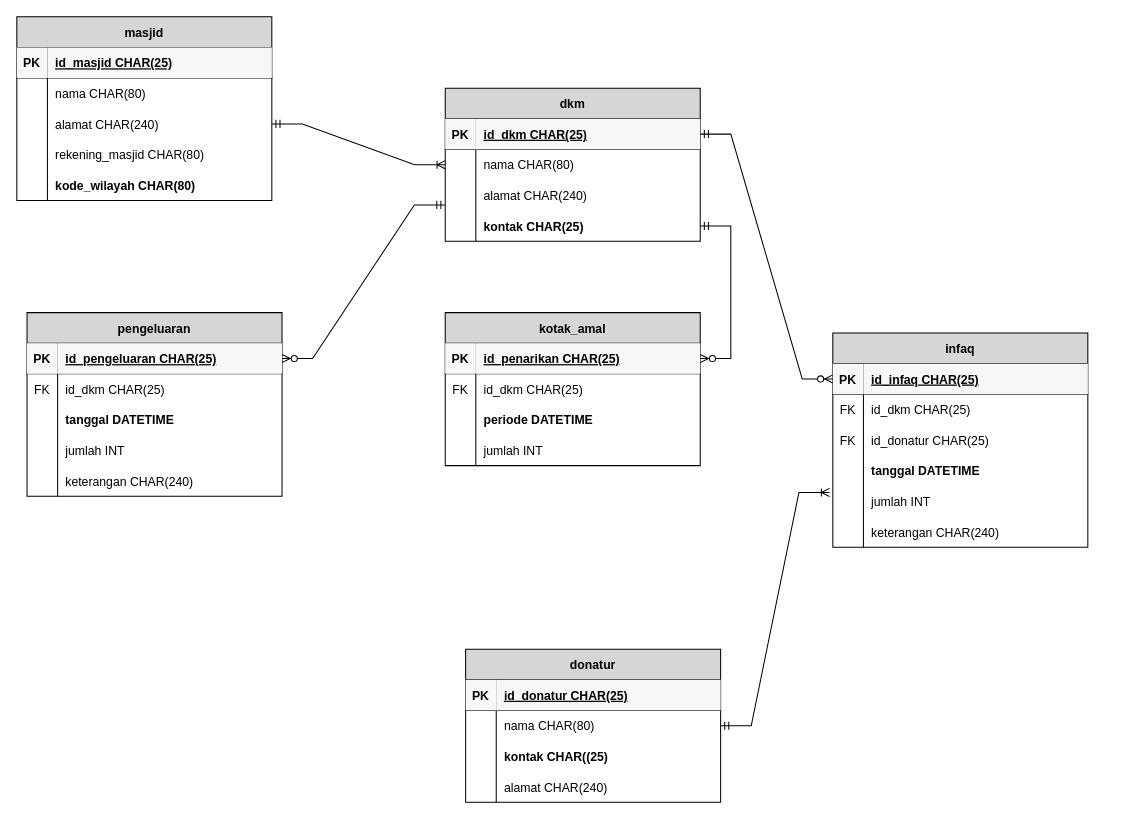
The draw.io diagram pertemuan3/ERD.drawio in rifkymaulana6/IF214002, before the edit. Source tidied: cells renumbered, new cells numbered last; positions are measured from the earlier drawing's top-left corner, leaving out a move shared by most shapes. Both pictures are drawn from the tidied source at 102%, with x=0, y=0 at pixel (16, 16).
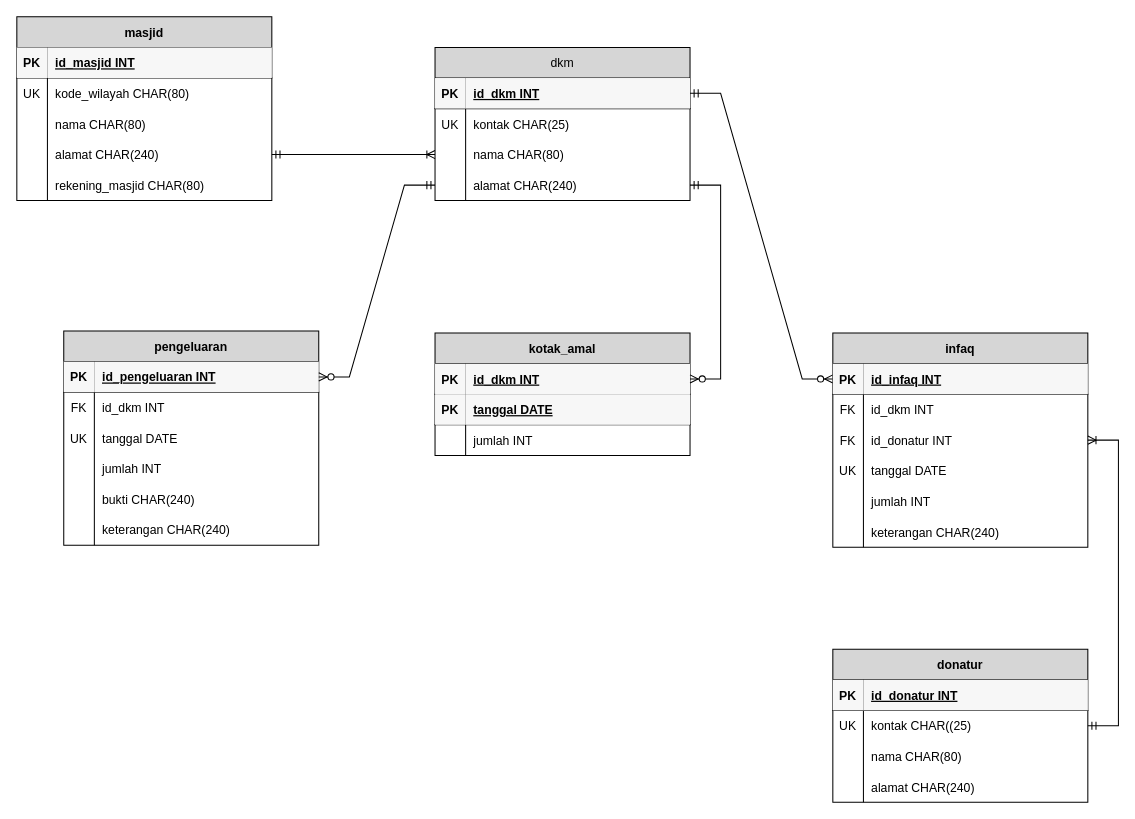
The same diagram, later.

The change refers to these unchanged cells:
```xml
<mxCell id="2" value="masjid" style="shape=table;startSize=30;childLayout=tableLayout;rowLines=0;fontStyle=1;align=center;fillColor=#D6D6D6;" parent="1" vertex="1">
  <mxGeometry width="250" height="180" as="geometry" />
</mxCell>
<mxCell id="3" style="shape=partialRectangle;fillColor=none;top=0;left=0;right=0;bottom=1;" parent="2" vertex="1">
  <mxGeometry y="30" width="250" height="30" as="geometry" />
</mxCell>
<mxCell id="19" style="shape=partialRectangle;fillColor=none;points=[[0,0.5],[1,0.5]];portConstraint=eastwest;top=0;left=0;right=0;bottom=1;" parent="18" vertex="1">
  <mxGeometry y="30" width="250" height="30" as="geometry" />
</mxCell>
<mxCell id="33" style="shape=partialRectangle;fillColor=none;points=[[0,0.5],[1,0.5]];portConstraint=eastwest;top=0;left=0;right=0;bottom=1;" parent="32" vertex="1">
  <mxGeometry y="30" width="250" height="30" as="geometry" />
</mxCell>
<mxCell id="47" style="shape=partialRectangle;fillColor=none;points=[[0,0.5],[1,0.5]];portConstraint=eastwest;top=0;left=0;right=0;bottom=1;" parent="46" vertex="1">
  <mxGeometry y="30" width="250" height="30" as="geometry" />
</mxCell>
<mxCell id="50" style="shape=tableRow;horizontal=0;startSize=0;swimlaneHead=0;swimlaneBody=0;fillColor=none;top=0;left=0;right=0;bottom=0;" parent="46" vertex="1">
  <mxGeometry y="60" width="250" height="30" as="geometry" />
</mxCell>
<mxCell id="53" style="shape=tableRow;horizontal=0;startSize=0;swimlaneHead=0;swimlaneBody=0;fillColor=none;points=[[0,0.5],[1,0.5]];portConstraint=eastwest;top=0;left=0;right=0;bottom=0;" parent="46" vertex="1">
  <mxGeometry y="90" width="250" height="30" as="geometry" />
</mxCell>
<mxCell id="56" style="shape=partialRectangle;fillColor=none;points=[[0,0.5],[1,0.5]];portConstraint=eastwest;top=0;left=0;right=0;bottom=0;" parent="46" vertex="1">
  <mxGeometry y="120" width="250" height="30" as="geometry" />
</mxCell>
<mxCell id="67" style="shape=partialRectangle;fillColor=none;top=0;left=0;right=0;bottom=1;" parent="66" vertex="1">
  <mxGeometry y="30" width="250" height="30" as="geometry" />
</mxCell>
<mxCell id="81" style="shape=partialRectangle;fillColor=none;points=[[0,0.5],[1,0.5]];portConstraint=eastwest;top=0;left=0;right=0;bottom=1;" parent="80" vertex="1">
  <mxGeometry y="30" width="250" height="30" as="geometry" />
</mxCell>
<mxCell id="84" style="shape=tableRow;horizontal=0;startSize=0;swimlaneHead=0;swimlaneBody=0;fillColor=none;top=0;left=0;right=0;bottom=0;" parent="80" vertex="1">
  <mxGeometry y="60" width="250" height="30" as="geometry" />
</mxCell>
<mxCell id="87" style="shape=partialRectangle;fillColor=none;top=0;left=0;right=0;bottom=0;" parent="80" vertex="1">
  <mxGeometry y="90" width="250" height="30" as="geometry" />
</mxCell>
```

Diff of the diagram source:
```diff
@@
-    <mxCell id="5" value="id_masjid CHAR(25)" style="shape=partialRectangle;overflow=hidden;fillColor=#F7F7F7;top=0;left=0;bottom=0;right=0;align=left;spacingLeft=6;fontStyle=5;strokeColor=#EDEDED;" parent="3" vertex="1">
+    <mxCell id="5" value="id_masjid INT" style="shape=partialRectangle;overflow=hidden;fillColor=#F7F7F7;top=0;left=0;bottom=0;right=0;align=left;spacingLeft=6;fontStyle=5;strokeColor=#EDEDED;" parent="3" vertex="1">
       <mxGeometry x="30" width="220" height="30" as="geometry" />
     </mxCell>
+    <mxCell id="15" style="shape=partialRectangle;fillColor=none;top=0;left=0;right=0;bottom=0;" parent="2" vertex="1">
+      <mxGeometry y="60" width="250" height="30" as="geometry" />
+    </mxCell>
+    <mxCell id="16" value="UK" style="shape=partialRectangle;overflow=hidden;fillColor=none;top=0;left=0;bottom=0;right=0;" parent="15" vertex="1">
+      <mxGeometry width="30" height="30" as="geometry" />
+    </mxCell>
+    <mxCell id="17" value="kode_wilayah CHAR(80)" style="shape=partialRectangle;overflow=hidden;fillColor=none;top=0;left=0;bottom=0;right=0;align=left;spacingLeft=6;fontStyle=0;" parent="15" vertex="1">
+      <mxGeometry x="30" width="220" height="30" as="geometry" />
+    </mxCell>
     <mxCell id="6" style="shape=partialRectangle;fillColor=none;top=0;left=0;right=0;bottom=0;" parent="2" vertex="1">
-      <mxGeometry y="60" width="250" height="30" as="geometry" />
+      <mxGeometry y="90" width="250" height="30" as="geometry" />
     </mxCell>
@@
     <mxCell id="9" style="shape=partialRectangle;fillColor=none;points=[[0,0.5],[1,0.5]];portConstraint=eastwest;top=0;left=0;right=0;bottom=0;" parent="2" vertex="1">
-      <mxGeometry y="90" width="250" height="30" as="geometry" />
+      <mxGeometry y="120" width="250" height="30" as="geometry" />
     </mxCell>
@@
     <mxCell id="12" style="shape=partialRectangle;fillColor=none;top=0;left=0;right=0;bottom=0;" parent="2" vertex="1">
-      <mxGeometry y="120" width="250" height="30" as="geometry" />
+      <mxGeometry y="150" width="250" height="30" as="geometry" />
     </mxCell>
@@
-    <mxCell id="15" style="shape=partialRectangle;fillColor=none;top=0;left=0;right=0;bottom=0;" parent="2" vertex="1">
-      <mxGeometry y="150" width="250" height="30" as="geometry" />
-    </mxCell>
-    <mxCell id="16" style="shape=partialRectangle;overflow=hidden;fillColor=none;top=0;left=0;bottom=0;right=0;" parent="15" vertex="1">
-      <mxGeometry width="30" height="30" as="geometry" />
-    </mxCell>
-    <mxCell id="17" value="kode_wilayah CHAR(80)" style="shape=partialRectangle;overflow=hidden;fillColor=none;top=0;left=0;bottom=0;right=0;align=left;spacingLeft=6;fontStyle=1;" parent="15" vertex="1">
-      <mxGeometry x="30" width="220" height="30" as="geometry" />
-    </mxCell>
-    <mxCell id="18" value="dkm" style="shape=table;startSize=30;childLayout=tableLayout;rowLines=0;fontStyle=1;align=center;fillColor=#D6D6D6;" parent="1" vertex="1">
-      <mxGeometry x="420" y="70" width="250" height="150" as="geometry" />
+    <mxCell id="18" value="dkm" style="shape=table;startSize=30;childLayout=tableLayout;rowLines=0;fontStyle=0;align=center;fillColor=#D6D6D6;" parent="1" vertex="1">
+      <mxGeometry x="410" y="30" width="250" height="150" as="geometry" />
     </mxCell>
@@
-    <mxCell id="21" value="id_dkm CHAR(25)" style="shape=partialRectangle;overflow=hidden;fillColor=#F7F7F7;top=0;left=0;bottom=0;right=0;align=left;spacingLeft=6;fontStyle=5;strokeColor=#EDEDED;" parent="19" vertex="1">
+    <mxCell id="21" value="id_dkm INT" style="shape=partialRectangle;overflow=hidden;fillColor=#F7F7F7;top=0;left=0;bottom=0;right=0;align=left;spacingLeft=6;fontStyle=5;strokeColor=#EDEDED;" parent="19" vertex="1">
       <mxGeometry x="30" width="220" height="30" as="geometry" />
     </mxCell>
+    <mxCell id="28" style="shape=partialRectangle;fillColor=none;points=[[0,0.5],[1,0.5]];portConstraint=eastwest;top=0;left=0;right=0;bottom=0;" parent="18" vertex="1">
+      <mxGeometry y="60" width="250" height="30" as="geometry" />
+    </mxCell>
+    <mxCell id="29" value="UK" style="shape=partialRectangle;overflow=hidden;fillColor=none;top=0;left=0;bottom=0;right=0;" parent="28" vertex="1">
+      <mxGeometry width="30" height="30" as="geometry" />
+    </mxCell>
+    <mxCell id="30" value="kontak CHAR(25)" style="shape=partialRectangle;overflow=hidden;fillColor=none;top=0;left=0;bottom=0;right=0;align=left;spacingLeft=6;fontStyle=0;" parent="28" vertex="1">
+      <mxGeometry x="30" width="220" height="30" as="geometry" />
+    </mxCell>
     <mxCell id="22" style="shape=partialRectangle;fillColor=none;points=[[0,0.5],[1,0.5]];portConstraint=eastwest;top=0;left=0;right=0;bottom=0;" parent="18" vertex="1">
-      <mxGeometry y="60" width="250" height="30" as="geometry" />
+      <mxGeometry y="90" width="250" height="30" as="geometry" />
     </mxCell>
@@
     <mxCell id="25" style="shape=partialRectangle;fillColor=none;points=[[0,0.5],[1,0.5]];portConstraint=eastwest;top=0;left=0;right=0;bottom=0;" parent="18" vertex="1">
-      <mxGeometry y="90" width="250" height="30" as="geometry" />
+      <mxGeometry y="120" width="250" height="30" as="geometry" />
     </mxCell>
@@
-    <mxCell id="28" style="shape=partialRectangle;fillColor=none;points=[[0,0.5],[1,0.5]];portConstraint=eastwest;top=0;left=0;right=0;bottom=0;" parent="18" vertex="1">
-      <mxGeometry y="120" width="250" height="30" as="geometry" />
-    </mxCell>
-    <mxCell id="29" style="shape=partialRectangle;overflow=hidden;fillColor=none;top=0;left=0;bottom=0;right=0;" parent="28" vertex="1">
-      <mxGeometry width="30" height="30" as="geometry" />
-    </mxCell>
-    <mxCell id="30" value="kontak CHAR(25)" style="shape=partialRectangle;overflow=hidden;fillColor=none;top=0;left=0;bottom=0;right=0;align=left;spacingLeft=6;fontStyle=1;" parent="28" vertex="1">
-      <mxGeometry x="30" width="220" height="30" as="geometry" />
-    </mxCell>
@@
     <mxCell id="32" value="kotak_amal" style="shape=table;startSize=30;childLayout=tableLayout;rowLines=0;fontStyle=1;align=center;fillColor=#D6D6D6;" parent="1" vertex="1">
-      <mxGeometry x="420" y="290" width="250" height="150" as="geometry" />
+      <mxGeometry x="410" y="310" width="250" height="120" as="geometry" />
     </mxCell>
@@
-    <mxCell id="35" value="id_penarikan CHAR(25)" style="shape=partialRectangle;overflow=hidden;fillColor=#F7F7F7;top=0;left=0;bottom=0;right=0;align=left;spacingLeft=6;fontStyle=5;strokeColor=#EDEDED;" parent="33" vertex="1">
+    <mxCell id="35" value="id_dkm INT" style="shape=partialRectangle;overflow=hidden;fillColor=#F7F7F7;top=0;left=0;bottom=0;right=0;align=left;spacingLeft=6;fontStyle=5;strokeColor=#EDEDED;" parent="33" vertex="1">
       <mxGeometry x="30" width="220" height="30" as="geometry" />
     </mxCell>
-    <mxCell id="36" style="shape=tableRow;horizontal=0;startSize=0;swimlaneHead=0;swimlaneBody=0;fillColor=none;top=0;left=0;right=0;bottom=0;" parent="32" vertex="1">
-      <mxGeometry y="60" width="250" height="30" as="geometry" />
-    </mxCell>
-    <mxCell id="37" value="FK" style="shape=partialRectangle;fillColor=none;top=0;left=0;bottom=0;right=0;fontStyle=0;overflow=hidden;" parent="36" vertex="1">
-      <mxGeometry width="30" height="30" as="geometry" />
-    </mxCell>
-    <mxCell id="38" value="id_dkm CHAR(25)" style="shape=partialRectangle;fillColor=none;top=0;left=0;bottom=0;right=0;align=left;spacingLeft=6;fontStyle=0;overflow=hidden;" parent="36" vertex="1">
-      <mxGeometry x="30" width="220" height="30" as="geometry" />
-    </mxCell>
-    <mxCell id="39" style="shape=partialRectangle;fillColor=none;top=0;left=0;right=0;bottom=0;" parent="32" vertex="1">
-      <mxGeometry y="90" width="250" height="30" as="geometry" />
-    </mxCell>
-    <mxCell id="40" style="shape=partialRectangle;overflow=hidden;fillColor=none;top=0;left=0;bottom=0;right=0;" parent="39" vertex="1">
-      <mxGeometry width="30" height="30" as="geometry" />
-    </mxCell>
-    <mxCell id="41" value="periode DATETIME" style="shape=partialRectangle;overflow=hidden;fillColor=none;top=0;left=0;bottom=0;right=0;align=left;spacingLeft=6;fontStyle=1;" parent="39" vertex="1">
-      <mxGeometry x="30" width="220" height="30" as="geometry" />
-    </mxCell>
+    <mxCell id="97" style="shape=partialRectangle;fillColor=none;top=0;left=0;right=0;bottom=1;" parent="32" vertex="1">
+      <mxGeometry y="60" width="250" height="30" as="geometry" />
+    </mxCell>
+    <mxCell id="98" value="PK" style="shape=partialRectangle;overflow=hidden;fillColor=#F7F7F7;top=0;left=0;bottom=0;right=0;fontStyle=1;strokeColor=#EDEDED;" parent="97" vertex="1">
+      <mxGeometry width="30" height="30" as="geometry" />
+    </mxCell>
+    <mxCell id="99" value="tanggal DATE" style="shape=partialRectangle;overflow=hidden;fillColor=#F7F7F7;top=0;left=0;bottom=0;right=0;align=left;spacingLeft=6;fontStyle=5;strokeColor=#EDEDED;" parent="97" vertex="1">
+      <mxGeometry x="30" width="220" height="30" as="geometry" />
+    </mxCell>
     <mxCell id="42" style="shape=partialRectangle;fillColor=none;top=0;left=0;right=0;bottom=0;" parent="32" vertex="1">
-      <mxGeometry y="120" width="250" height="30" as="geometry" />
+      <mxGeometry y="90" width="250" height="30" as="geometry" />
     </mxCell>
@@
-    <mxCell id="49" value="id_infaq CHAR(25)" style="shape=partialRectangle;overflow=hidden;fillColor=#F7F7F7;top=0;left=0;bottom=0;right=0;align=left;spacingLeft=6;fontStyle=5;strokeColor=#EDEDED;" parent="47" vertex="1">
+    <mxCell id="49" value="id_infaq INT" style="shape=partialRectangle;overflow=hidden;fillColor=#F7F7F7;top=0;left=0;bottom=0;right=0;align=left;spacingLeft=6;fontStyle=5;strokeColor=#EDEDED;" parent="47" vertex="1">
       <mxGeometry x="30" width="220" height="30" as="geometry" />
     </mxCell>
@@
-    <mxCell id="52" value="id_dkm CHAR(25)" style="shape=partialRectangle;fillColor=none;top=0;left=0;bottom=0;right=0;align=left;spacingLeft=6;fontStyle=0;overflow=hidden;" parent="50" vertex="1">
+    <mxCell id="52" value="id_dkm INT" style="shape=partialRectangle;fillColor=none;top=0;left=0;bottom=0;right=0;align=left;spacingLeft=6;fontStyle=0;overflow=hidden;" parent="50" vertex="1">
       <mxGeometry x="30" width="220" height="30" as="geometry" />
     </mxCell>
@@
-    <mxCell id="55" value="id_donatur CHAR(25)" style="shape=partialRectangle;fillColor=none;top=0;left=0;bottom=0;right=0;align=left;spacingLeft=6;fontStyle=0;overflow=hidden;" parent="53" vertex="1">
+    <mxCell id="55" value="id_donatur INT" style="shape=partialRectangle;fillColor=none;top=0;left=0;bottom=0;right=0;align=left;spacingLeft=6;fontStyle=0;overflow=hidden;" parent="53" vertex="1">
       <mxGeometry x="30" width="220" height="30" as="geometry" />
     </mxCell>
@@
-    <mxCell id="57" style="shape=partialRectangle;overflow=hidden;fillColor=none;top=0;left=0;bottom=0;right=0;" parent="56" vertex="1">
+    <mxCell id="57" value="UK" style="shape=partialRectangle;overflow=hidden;fillColor=none;top=0;left=0;bottom=0;right=0;" parent="56" vertex="1">
       <mxGeometry width="30" height="30" as="geometry" />
     </mxCell>
-    <mxCell id="58" value="tanggal DATETIME" style="shape=partialRectangle;overflow=hidden;fillColor=none;top=0;left=0;bottom=0;right=0;align=left;spacingLeft=6;fontStyle=1;" parent="56" vertex="1">
+    <mxCell id="58" value="tanggal DATE" style="shape=partialRectangle;overflow=hidden;fillColor=none;top=0;left=0;bottom=0;right=0;align=left;spacingLeft=6;fontStyle=0;" parent="56" vertex="1">
       <mxGeometry x="30" width="220" height="30" as="geometry" />
     </mxCell>
@@
-    <mxCell id="65" style="edgeStyle=entityRelationEdgeStyle;fontSize=12;html=1;endArrow=ERzeroToMany;startArrow=ERmandOne;rounded=0;entryX=1;entryY=0.5;entryDx=0;entryDy=0;exitX=1;exitY=0.5;exitDx=0;exitDy=0;" parent="1" edge="1" source="28" target="33">
+    <mxCell id="65" style="edgeStyle=entityRelationEdgeStyle;fontSize=12;html=1;endArrow=ERzeroToMany;startArrow=ERmandOne;rounded=0;entryX=1;entryY=0.5;entryDx=0;entryDy=0;exitX=1;exitY=0.5;exitDx=0;exitDy=0;" parent="1" edge="1" source="25" target="33">
       <mxGeometry relative="1" as="geometry" />
     </mxCell>
     <mxCell id="66" value="donatur" style="shape=table;startSize=30;childLayout=tableLayout;rowLines=0;fontStyle=1;align=center;fillColor=#D6D6D6;" parent="1" vertex="1">
-      <mxGeometry x="440" y="620" width="250" height="150" as="geometry" />
+      <mxGeometry x="800" y="620" width="250" height="150" as="geometry" />
     </mxCell>
@@
-    <mxCell id="69" value="id_donatur CHAR(25)" style="shape=partialRectangle;overflow=hidden;fillColor=#F7F7F7;top=0;left=0;bottom=0;right=0;align=left;spacingLeft=6;fontStyle=5;strokeColor=#EDEDED;" parent="67" vertex="1">
+    <mxCell id="69" value="id_donatur INT" style="shape=partialRectangle;overflow=hidden;fillColor=#F7F7F7;top=0;left=0;bottom=0;right=0;align=left;spacingLeft=6;fontStyle=5;strokeColor=#EDEDED;" parent="67" vertex="1">
       <mxGeometry x="30" width="220" height="30" as="geometry" />
     </mxCell>
+    <mxCell id="73" style="shape=partialRectangle;fillColor=none;top=0;left=0;right=0;bottom=0;" parent="66" vertex="1">
+      <mxGeometry y="60" width="250" height="30" as="geometry" />
+    </mxCell>
+    <mxCell id="74" value="UK" style="shape=partialRectangle;overflow=hidden;fillColor=none;top=0;left=0;bottom=0;right=0;" parent="73" vertex="1">
+      <mxGeometry width="30" height="30" as="geometry" />
+    </mxCell>
+    <mxCell id="75" value="kontak CHAR((25)" style="shape=partialRectangle;overflow=hidden;fillColor=none;top=0;left=0;bottom=0;right=0;align=left;spacingLeft=6;fontStyle=0;" parent="73" vertex="1">
+      <mxGeometry x="30" width="220" height="30" as="geometry" />
+    </mxCell>
     <mxCell id="70" style="shape=partialRectangle;fillColor=none;top=0;left=0;right=0;bottom=0;" parent="66" vertex="1">
-      <mxGeometry y="60" width="250" height="30" as="geometry" />
+      <mxGeometry y="90" width="250" height="30" as="geometry" />
     </mxCell>
@@
-    <mxCell id="73" style="shape=partialRectangle;fillColor=none;top=0;left=0;right=0;bottom=0;" parent="66" vertex="1">
-      <mxGeometry y="90" width="250" height="30" as="geometry" />
-    </mxCell>
-    <mxCell id="74" style="shape=partialRectangle;overflow=hidden;fillColor=none;top=0;left=0;bottom=0;right=0;" parent="73" vertex="1">
-      <mxGeometry width="30" height="30" as="geometry" />
-    </mxCell>
-    <mxCell id="75" value="kontak CHAR((25)" style="shape=partialRectangle;overflow=hidden;fillColor=none;top=0;left=0;bottom=0;right=0;align=left;spacingLeft=6;fontStyle=1;" parent="73" vertex="1">
-      <mxGeometry x="30" width="220" height="30" as="geometry" />
-    </mxCell>
@@
-    <mxCell id="79" style="edgeStyle=entityRelationEdgeStyle;fontSize=12;html=1;endArrow=ERoneToMany;startArrow=ERmandOne;rounded=0;entryX=-0.013;entryY=1.211;entryDx=0;entryDy=0;entryPerimeter=0;" parent="1" edge="1" source="66" target="56">
+    <mxCell id="79" style="edgeStyle=entityRelationEdgeStyle;fontSize=12;html=1;endArrow=ERoneToMany;startArrow=ERmandOne;rounded=0;entryX=1;entryY=0.5;entryDx=0;entryDy=0;" parent="1" edge="1" source="66" target="53">
       <mxGeometry relative="1" as="geometry" />
     </mxCell>
     <mxCell id="80" value="pengeluaran" style="shape=table;startSize=30;childLayout=tableLayout;rowLines=0;fontStyle=1;align=center;fillColor=#D6D6D6;" parent="1" vertex="1">
-      <mxGeometry x="10" y="290" width="250" height="180" as="geometry" />
+      <mxGeometry x="46" y="308" width="250" height="210" as="geometry" />
     </mxCell>
@@
-    <mxCell id="83" value="id_pengeluaran CHAR(25)" style="shape=partialRectangle;overflow=hidden;fillColor=#F7F7F7;top=0;left=0;bottom=0;right=0;align=left;spacingLeft=6;fontStyle=5;strokeColor=#EDEDED;" parent="81" vertex="1">
+    <mxCell id="83" value="id_pengeluaran INT" style="shape=partialRectangle;overflow=hidden;fillColor=#F7F7F7;top=0;left=0;bottom=0;right=0;align=left;spacingLeft=6;fontStyle=5;strokeColor=#EDEDED;" parent="81" vertex="1">
       <mxGeometry x="30" width="220" height="30" as="geometry" />
     </mxCell>
@@
-    <mxCell id="86" value="id_dkm CHAR(25)" style="shape=partialRectangle;fillColor=none;top=0;left=0;bottom=0;right=0;align=left;spacingLeft=6;fontStyle=0;overflow=hidden;" parent="84" vertex="1">
+    <mxCell id="86" value="id_dkm INT" style="shape=partialRectangle;fillColor=none;top=0;left=0;bottom=0;right=0;align=left;spacingLeft=6;fontStyle=0;overflow=hidden;" parent="84" vertex="1">
       <mxGeometry x="30" width="220" height="30" as="geometry" />
     </mxCell>
@@
-    <mxCell id="88" style="shape=partialRectangle;overflow=hidden;fillColor=none;top=0;left=0;bottom=0;right=0;" parent="87" vertex="1">
+    <mxCell id="88" value="UK" style="shape=partialRectangle;overflow=hidden;fillColor=none;top=0;left=0;bottom=0;right=0;" parent="87" vertex="1">
       <mxGeometry width="30" height="30" as="geometry" />
     </mxCell>
-    <mxCell id="89" value="tanggal DATETIME" style="shape=partialRectangle;overflow=hidden;fillColor=none;top=0;left=0;bottom=0;right=0;align=left;spacingLeft=6;fontStyle=1;" parent="87" vertex="1">
+    <mxCell id="89" value="tanggal DATE" style="shape=partialRectangle;overflow=hidden;fillColor=none;top=0;left=0;bottom=0;right=0;align=left;spacingLeft=6;fontStyle=0;" parent="87" vertex="1">
       <mxGeometry x="30" width="220" height="30" as="geometry" />
     </mxCell>
@@
+    <mxCell id="100" style="shape=partialRectangle;fillColor=none;top=0;left=0;right=0;bottom=0;" parent="80" vertex="1">
+      <mxGeometry y="150" width="250" height="30" as="geometry" />
+    </mxCell>
+    <mxCell id="40" style="shape=partialRectangle;overflow=hidden;fillColor=none;top=0;left=0;bottom=0;right=0;" parent="100" vertex="1">
+      <mxGeometry width="30" height="30" as="geometry" />
+    </mxCell>
+    <mxCell id="101" value="bukti CHAR(240)" style="shape=partialRectangle;overflow=hidden;fillColor=none;top=0;left=0;bottom=0;right=0;align=left;spacingLeft=6;fontStyle=0;" parent="100" vertex="1">
+      <mxGeometry x="30" width="220" height="30" as="geometry" />
+    </mxCell>
     <mxCell id="93" style="shape=partialRectangle;fillColor=none;top=0;left=0;right=0;bottom=0;" parent="80" vertex="1">
-      <mxGeometry y="150" width="250" height="30" as="geometry" />
+      <mxGeometry y="180" width="250" height="30" as="geometry" />
     </mxCell>
@@
-    <mxCell id="96" style="edgeStyle=entityRelationEdgeStyle;fontSize=12;html=1;endArrow=ERzeroToMany;startArrow=ERmandOne;rounded=0;entryX=1;entryY=0.5;entryDx=0;entryDy=0;exitX=-0.001;exitY=-0.186;exitDx=0;exitDy=0;exitPerimeter=0;" parent="1" edge="1" source="28" target="81">
+    <mxCell id="96" style="edgeStyle=entityRelationEdgeStyle;fontSize=12;html=1;endArrow=ERzeroToMany;startArrow=ERmandOne;rounded=0;entryX=1;entryY=0.5;entryDx=0;entryDy=0;exitX=0;exitY=0.5;exitDx=0;exitDy=0;" parent="1" edge="1" source="25" target="81">
       <mxGeometry relative="1" as="geometry" />
     </mxCell>
```
